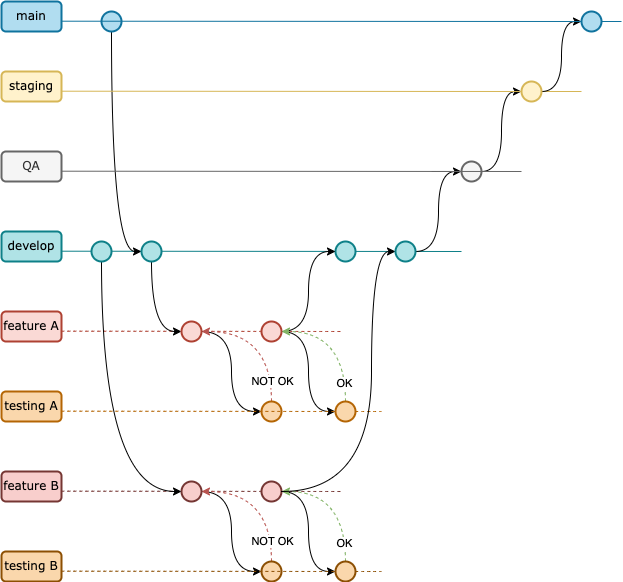
DevOps-Obligatorio/documentacion keeps this draw.io diagram as images/diagrams/gitflow-ideal.png. Above is the earlier version. Source tidied: cells renumbered, new cells last; positions are measured from the earlier drawing's top-left corner, leaving out a move shared by most shapes.
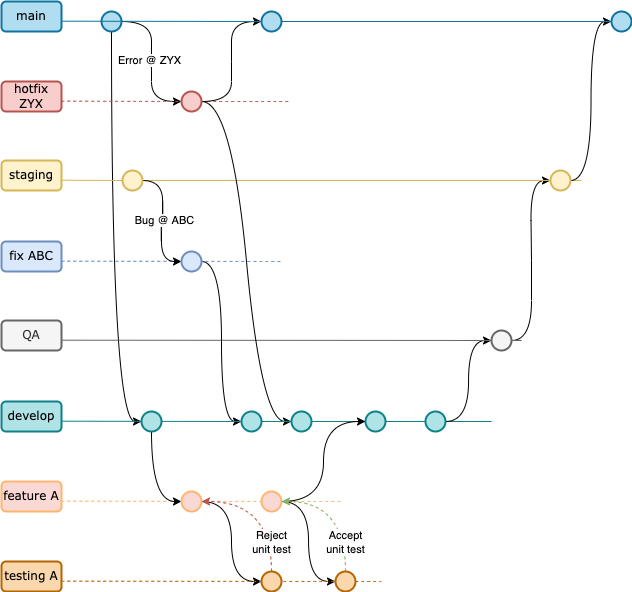
Later version of the same file.

Commit message:
Nuevas imagenes y diagramas

Diff of the diagram source:
```diff
@@ -4,6 +4,5 @@
     <mxCell id="1" parent="0" />
-    <mxCell id="2" style="endArrow=none;html=1;rounded=0;curved=1;fillColor=#b0e3e6;strokeColor=#0e8088;" parent="1" edge="1">
+    <mxCell id="2" style="endArrow=none;html=1;rounded=0;curved=1;fillColor=#b0e3e6;strokeColor=#0e8088;startArrow=none;" parent="1" edge="1" source="69">
       <mxGeometry relative="1" as="geometry">
-        <mxPoint x="60" y="249.7" as="sourcePoint" />
-        <mxPoint x="460" y="250" as="targetPoint" />
+        <mxPoint x="490" y="410" as="targetPoint" />
       </mxGeometry>
@@ -12,9 +11,9 @@
       <mxGeometry relative="1" as="geometry">
-        <mxPoint x="380" y="410" as="targetPoint" />
+        <mxPoint x="380" y="570" as="targetPoint" />
       </mxGeometry>
     </mxCell>
-    <mxCell id="4" style="endArrow=none;html=1;rounded=0;curved=1;fillColor=#fad9d5;strokeColor=#ae4132;dashed=1;" parent="1" edge="1">
+    <mxCell id="4" style="endArrow=none;html=1;rounded=0;curved=1;fillColor=#fad9d5;strokeColor=#FFB570;dashed=1;" parent="1" edge="1">
       <mxGeometry relative="1" as="geometry">
-        <mxPoint x="60" y="329.7" as="sourcePoint" />
-        <mxPoint x="340" y="330" as="targetPoint" />
+        <mxPoint x="60" y="489.7" as="sourcePoint" />
+        <mxPoint x="340" y="490" as="targetPoint" />
       </mxGeometry>
@@ -23,3 +22,3 @@
       <mxGeometry relative="1" as="geometry">
-        <mxPoint x="620" y="20" as="targetPoint" />
+        <mxPoint x="620" y="10" as="targetPoint" />
       </mxGeometry>
@@ -27,9 +26,9 @@
     <mxCell id="6" value="main" style="text;html=1;strokeColor=#10739e;fillColor=#b1ddf0;align=center;verticalAlign=middle;whiteSpace=wrap;rounded=1;fontFamily=Verdana;strokeWidth=2;" parent="1" vertex="1">
-      <mxGeometry width="60" height="30" as="geometry" />
+      <mxGeometry y="-10" width="60" height="30" as="geometry" />
     </mxCell>
     <mxCell id="7" value="develop" style="text;html=1;strokeColor=#0e8088;fillColor=#b0e3e6;align=center;verticalAlign=middle;whiteSpace=wrap;rounded=1;fontFamily=Verdana;strokeWidth=2;" parent="1" vertex="1">
-      <mxGeometry y="230" width="60" height="30" as="geometry" />
+      <mxGeometry y="390" width="60" height="30" as="geometry" />
     </mxCell>
     <mxCell id="8" value="testing A" style="text;html=1;strokeColor=#b46504;fillColor=#fad7ac;align=center;verticalAlign=middle;whiteSpace=wrap;rounded=1;fontFamily=Verdana;strokeWidth=2;" parent="1" vertex="1">
-      <mxGeometry y="390" width="60" height="30" as="geometry" />
+      <mxGeometry y="550" width="60" height="30" as="geometry" />
     </mxCell>
@@ -38,4 +37,10 @@
     </mxCell>
+    <mxCell id="59" style="edgeStyle=entityRelationEdgeStyle;jettySize=auto;html=1;exitX=1;exitY=0.5;exitDx=0;exitDy=0;entryX=0;entryY=0.5;entryDx=0;entryDy=0;strokeColor=#000000;curved=1;" parent="1" edge="1" source="10" target="65">
+      <mxGeometry relative="1" as="geometry" />
+    </mxCell>
+    <mxCell id="60" value="Error @ ZYX" style="edgeLabel;html=1;align=center;verticalAlign=middle;" parent="59" vertex="1">
+      <mxGeometry x="-0.03" y="-2" relative="1" as="geometry" />
+    </mxCell>
     <mxCell id="10" style="ellipse;whiteSpace=wrap;html=1;fontFamily=Verdana;strokeWidth=2;fillColor=#b1ddf0;strokeColor=#10739e;" parent="1" vertex="1">
-      <mxGeometry x="100" y="10" width="20" height="20" as="geometry" />
+      <mxGeometry x="100" width="20" height="20" as="geometry" />
     </mxCell>
@@ -44,5 +49,2 @@
     </mxCell>
-    <mxCell id="12" style="ellipse;whiteSpace=wrap;html=1;fontFamily=Verdana;strokeWidth=2;fillColor=#b0e3e6;strokeColor=#0e8088;" parent="1" vertex="1">
-      <mxGeometry x="140" y="240" width="20" height="20" as="geometry" />
-    </mxCell>
     <mxCell id="13" style="edgeStyle=orthogonalEdgeStyle;curved=1;rounded=0;jettySize=auto;html=1;exitX=1;exitY=0.5;exitDx=0;exitDy=0;entryX=0;entryY=0.5;entryDx=0;entryDy=0;" parent="1" edge="1" source="14" target="17">
@@ -50,4 +52,4 @@
     </mxCell>
-    <mxCell id="14" style="ellipse;whiteSpace=wrap;html=1;fontFamily=Verdana;strokeWidth=2;fillColor=#fad9d5;strokeColor=#ae4132;" parent="1" vertex="1">
-      <mxGeometry x="180" y="320" width="20" height="20" as="geometry" />
+    <mxCell id="14" style="ellipse;whiteSpace=wrap;html=1;fontFamily=Verdana;strokeWidth=2;fillColor=#fad9d5;strokeColor=#FFB570;" parent="1" vertex="1">
+      <mxGeometry x="180" y="480" width="20" height="20" as="geometry" />
     </mxCell>
@@ -56,10 +58,7 @@
     </mxCell>
-    <mxCell id="16" value="NOT OK" style="edgeLabel;html=1;align=center;verticalAlign=middle;" parent="15" vertex="1">
+    <mxCell id="16" value="Reject&lt;br&gt;unit test" style="edgeLabel;html=1;align=center;verticalAlign=middle;" parent="15" vertex="1">
       <mxGeometry x="-0.4" y="10" relative="1" as="geometry">
-        <mxPoint x="10" y="22" as="offset" />
+        <mxPoint x="10" y="12" as="offset" />
       </mxGeometry>
     </mxCell>
-    <mxCell id="17" style="ellipse;whiteSpace=wrap;html=1;fontFamily=Verdana;strokeWidth=2;fillColor=#fad7ac;strokeColor=#b46504;" parent="1" vertex="1">
-      <mxGeometry x="260" y="400" width="20" height="20" as="geometry" />
-    </mxCell>
     <mxCell id="18" style="edgeStyle=orthogonalEdgeStyle;curved=1;rounded=0;jettySize=auto;html=1;entryX=0;entryY=0.5;entryDx=0;entryDy=0;exitX=1;exitY=0.5;exitDx=0;exitDy=0;" parent="1" edge="1" source="58" target="49">
@@ -68,6 +67,6 @@
     <mxCell id="19" style="ellipse;whiteSpace=wrap;html=1;fontFamily=Verdana;strokeWidth=2;fillColor=#b0e3e6;strokeColor=#0e8088;" parent="1" vertex="1">
-      <mxGeometry x="334" y="240" width="20" height="20" as="geometry" />
+      <mxGeometry x="364" y="400" width="20" height="20" as="geometry" />
     </mxCell>
-    <mxCell id="20" value="feature A" style="text;html=1;strokeColor=#ae4132;fillColor=#fad9d5;align=center;verticalAlign=middle;whiteSpace=wrap;rounded=1;fontFamily=Verdana;strokeWidth=2;" parent="1" vertex="1">
-      <mxGeometry y="310" width="60" height="30" as="geometry" />
+    <mxCell id="20" value="feature A" style="text;html=1;strokeColor=#FFB570;fillColor=#fad9d5;align=center;verticalAlign=middle;whiteSpace=wrap;rounded=1;fontFamily=Verdana;strokeWidth=2;" parent="1" vertex="1">
+      <mxGeometry y="470" width="60" height="30" as="geometry" />
     </mxCell>
@@ -79,4 +78,4 @@
     </mxCell>
-    <mxCell id="23" style="ellipse;whiteSpace=wrap;html=1;fontFamily=Verdana;strokeWidth=2;fillColor=#fad9d5;strokeColor=#ae4132;" parent="1" vertex="1">
-      <mxGeometry x="260" y="320" width="20" height="20" as="geometry" />
+    <mxCell id="23" style="ellipse;whiteSpace=wrap;html=1;fontFamily=Verdana;strokeWidth=2;fillColor=#fad9d5;strokeColor=#FFB570;" parent="1" vertex="1">
+      <mxGeometry x="260" y="480" width="20" height="20" as="geometry" />
     </mxCell>
@@ -85,7 +84,9 @@
     </mxCell>
-    <mxCell id="25" value="OK" style="edgeLabel;html=1;align=center;verticalAlign=middle;" parent="24" vertex="1">
-      <mxGeometry x="-0.72" y="2" relative="1" as="geometry" />
+    <mxCell id="25" value="Accept&lt;br&gt;unit test" style="edgeLabel;html=1;align=center;verticalAlign=middle;" parent="24" vertex="1">
+      <mxGeometry x="-0.72" y="2" relative="1" as="geometry">
+        <mxPoint x="2" y="-11" as="offset" />
+      </mxGeometry>
     </mxCell>
     <mxCell id="26" style="ellipse;whiteSpace=wrap;html=1;fontFamily=Verdana;strokeWidth=2;fillColor=#fad7ac;strokeColor=#b46504;" parent="1" vertex="1">
-      <mxGeometry x="334" y="400" width="20" height="20" as="geometry" />
+      <mxGeometry x="334" y="560" width="20" height="20" as="geometry" />
     </mxCell>
@@ -93,3 +94,3 @@
       <mxGeometry relative="1" as="geometry">
-        <mxPoint x="60" y="409.7" as="sourcePoint" />
+        <mxPoint x="60" y="569.7" as="sourcePoint" />
       </mxGeometry>
@@ -98,3 +99,3 @@
       <mxGeometry relative="1" as="geometry">
-        <mxPoint x="580" y="90" as="targetPoint" />
+        <mxPoint x="580" y="169" as="targetPoint" />
       </mxGeometry>
@@ -102,69 +103,7 @@
     <mxCell id="29" value="staging" style="text;html=1;strokeColor=#d6b656;fillColor=#fff2cc;align=center;verticalAlign=middle;whiteSpace=wrap;rounded=1;fontFamily=Verdana;strokeWidth=2;" parent="1" vertex="1">
-      <mxGeometry y="70" width="60" height="30" as="geometry" />
+      <mxGeometry y="149" width="60" height="30" as="geometry" />
     </mxCell>
-    <mxCell id="30" style="endArrow=none;html=1;rounded=0;curved=1;fillColor=#fad7ac;strokeColor=#8C4F03;startArrow=none;dashed=1;" parent="1" edge="1" source="44">
-      <mxGeometry relative="1" as="geometry">
-        <mxPoint x="380" y="570" as="targetPoint" />
-      </mxGeometry>
-    </mxCell>
-    <mxCell id="31" style="endArrow=none;html=1;rounded=0;curved=1;fillColor=#f8cecc;strokeColor=#753633;dashed=1;" parent="1" edge="1">
-      <mxGeometry relative="1" as="geometry">
-        <mxPoint x="60" y="489.7" as="sourcePoint" />
-        <mxPoint x="340" y="490" as="targetPoint" />
-      </mxGeometry>
-    </mxCell>
-    <mxCell id="32" value="testing B" style="text;html=1;strokeColor=#8C4F03;fillColor=#fad7ac;align=center;verticalAlign=middle;whiteSpace=wrap;rounded=1;fontFamily=Verdana;strokeWidth=2;" parent="1" vertex="1">
-      <mxGeometry y="550" width="60" height="30" as="geometry" />
-    </mxCell>
-    <mxCell id="33" style="edgeStyle=orthogonalEdgeStyle;curved=1;rounded=0;jettySize=auto;html=1;exitX=1;exitY=0.5;exitDx=0;exitDy=0;entryX=0;entryY=0.5;entryDx=0;entryDy=0;" parent="1" edge="1" source="34" target="37">
-      <mxGeometry relative="1" as="geometry" />
-    </mxCell>
-    <mxCell id="34" style="ellipse;whiteSpace=wrap;html=1;fontFamily=Verdana;strokeWidth=2;fillColor=#f8cecc;strokeColor=#753633;" parent="1" vertex="1">
-      <mxGeometry x="180" y="480" width="20" height="20" as="geometry" />
-    </mxCell>
-    <mxCell id="35" style="edgeStyle=orthogonalEdgeStyle;rounded=0;jettySize=auto;html=1;exitX=0.5;exitY=0;exitDx=0;exitDy=0;curved=1;entryX=1;entryY=0.5;entryDx=0;entryDy=0;fillColor=#f8cecc;strokeColor=#b85450;dashed=1;" parent="1" edge="1" source="37" target="34">
-      <mxGeometry relative="1" as="geometry" />
-    </mxCell>
-    <mxCell id="36" value="NOT OK" style="edgeLabel;html=1;align=center;verticalAlign=middle;" parent="35" vertex="1">
-      <mxGeometry x="-0.4" y="10" relative="1" as="geometry">
-        <mxPoint x="10" y="22" as="offset" />
-      </mxGeometry>
-    </mxCell>
-    <mxCell id="37" style="ellipse;whiteSpace=wrap;html=1;fontFamily=Verdana;strokeWidth=2;fillColor=#fad7ac;strokeColor=#8C4F03;" parent="1" vertex="1">
-      <mxGeometry x="260" y="560" width="20" height="20" as="geometry" />
-    </mxCell>
-    <mxCell id="38" value="feature B" style="text;html=1;strokeColor=#753633;fillColor=#f8cecc;align=center;verticalAlign=middle;whiteSpace=wrap;rounded=1;fontFamily=Verdana;strokeWidth=2;" parent="1" vertex="1">
-      <mxGeometry y="470" width="60" height="30" as="geometry" />
-    </mxCell>
-    <mxCell id="39" style="edgeStyle=orthogonalEdgeStyle;curved=1;rounded=0;jettySize=auto;html=1;exitX=1;exitY=0.5;exitDx=0;exitDy=0;entryX=0;entryY=0.5;entryDx=0;entryDy=0;" parent="1" edge="1" source="40" target="44">
-      <mxGeometry relative="1" as="geometry" />
-    </mxCell>
-    <mxCell id="40" style="ellipse;whiteSpace=wrap;html=1;fontFamily=Verdana;strokeWidth=2;fillColor=#f8cecc;strokeColor=#753633;" parent="1" vertex="1">
-      <mxGeometry x="260" y="480" width="20" height="20" as="geometry" />
-    </mxCell>
-    <mxCell id="41" style="edgeStyle=orthogonalEdgeStyle;curved=1;rounded=0;jettySize=auto;html=1;exitX=0.5;exitY=0;exitDx=0;exitDy=0;entryX=1;entryY=0.5;entryDx=0;entryDy=0;dashed=1;fillColor=#d5e8d4;strokeColor=#82b366;" parent="1" edge="1" source="44" target="40">
-      <mxGeometry relative="1" as="geometry" />
-    </mxCell>
-    <mxCell id="42" value="OK" style="edgeLabel;html=1;align=center;verticalAlign=middle;" parent="41" vertex="1">
-      <mxGeometry x="-0.72" y="2" relative="1" as="geometry" />
-    </mxCell>
-    <mxCell id="43" style="edgeStyle=orthogonalEdgeStyle;curved=1;rounded=0;jettySize=auto;html=1;exitX=1;exitY=0.5;exitDx=0;exitDy=0;entryX=0;entryY=0.5;entryDx=0;entryDy=0;strokeColor=#000000;" parent="1" edge="1" source="40" target="58">
-      <mxGeometry relative="1" as="geometry">
-        <Array as="points">
-          <mxPoint x="370" y="490" />
-          <mxPoint x="370" y="250" />
-        </Array>
-      </mxGeometry>
-    </mxCell>
-    <mxCell id="44" style="ellipse;whiteSpace=wrap;html=1;fontFamily=Verdana;strokeWidth=2;fillColor=#fad7ac;strokeColor=#8C4F03;" parent="1" vertex="1">
-      <mxGeometry x="334" y="560" width="20" height="20" as="geometry" />
-    </mxCell>
-    <mxCell id="45" style="endArrow=none;html=1;rounded=0;curved=1;fillColor=#fad7ac;strokeColor=#8C4F03;dashed=1;" parent="1" edge="1" target="44">
-      <mxGeometry relative="1" as="geometry">
-        <mxPoint x="60" y="569.7" as="sourcePoint" />
-      </mxGeometry>
-    </mxCell>
     <mxCell id="46" style="endArrow=none;html=1;rounded=0;curved=1;fillColor=#f5f5f5;strokeColor=#666666;startArrow=none;" parent="1" edge="1" source="49">
       <mxGeometry relative="1" as="geometry">
-        <mxPoint x="430" y="170" as="targetPoint" />
+        <mxPoint x="460" y="329" as="targetPoint" />
       </mxGeometry>
@@ -172,3 +111,3 @@
     <mxCell id="47" value="QA" style="text;html=1;strokeColor=#666666;fillColor=#f5f5f5;align=center;verticalAlign=middle;whiteSpace=wrap;rounded=1;fontFamily=Verdana;strokeWidth=2;fontColor=#333333;" parent="1" vertex="1">
-      <mxGeometry y="150" width="60" height="30" as="geometry" />
+      <mxGeometry y="309" width="60" height="30" as="geometry" />
     </mxCell>
@@ -177,17 +116,8 @@
     </mxCell>
-    <mxCell id="49" style="ellipse;whiteSpace=wrap;html=1;fontFamily=Verdana;strokeWidth=2;fillColor=#f5f5f5;strokeColor=#666666;fontColor=#333333;" parent="1" vertex="1">
-      <mxGeometry x="460" y="160" width="20" height="20" as="geometry" />
-    </mxCell>
     <mxCell id="50" style="endArrow=none;html=1;rounded=0;curved=1;fillColor=#f5f5f5;strokeColor=#666666;" parent="1" edge="1">
       <mxGeometry relative="1" as="geometry">
-        <mxPoint x="60" y="169.7" as="sourcePoint" />
-        <mxPoint x="520" y="170" as="targetPoint" />
+        <mxPoint x="60" y="328.7" as="sourcePoint" />
+        <mxPoint x="520" y="329" as="targetPoint" />
       </mxGeometry>
     </mxCell>
-    <mxCell id="51" style="edgeStyle=orthogonalEdgeStyle;rounded=0;jettySize=auto;html=1;exitX=0.5;exitY=1;exitDx=0;exitDy=0;entryX=0;entryY=0.5;entryDx=0;entryDy=0;strokeColor=#000000;curved=1;" parent="1" edge="1" source="52" target="34">
-      <mxGeometry relative="1" as="geometry" />
-    </mxCell>
-    <mxCell id="52" style="ellipse;whiteSpace=wrap;html=1;fontFamily=Verdana;strokeWidth=2;fillColor=#b0e3e6;strokeColor=#0e8088;" parent="1" vertex="1">
-      <mxGeometry x="90" y="240" width="20" height="20" as="geometry" />
-    </mxCell>
     <mxCell id="53" style="edgeStyle=orthogonalEdgeStyle;curved=1;rounded=0;jettySize=auto;html=1;exitX=1;exitY=0.5;exitDx=0;exitDy=0;entryX=0;entryY=0.5;entryDx=0;entryDy=0;strokeColor=#000000;" parent="1" edge="1" source="54" target="56">
@@ -196,20 +126,98 @@
     <mxCell id="54" style="ellipse;whiteSpace=wrap;html=1;fontFamily=Verdana;strokeWidth=2;fillColor=#fff2cc;strokeColor=#d6b656;" parent="1" vertex="1">
-      <mxGeometry x="520" y="80" width="20" height="20" as="geometry" />
+      <mxGeometry x="549" y="159" width="20" height="20" as="geometry" />
     </mxCell>
-    <mxCell id="55" style="endArrow=none;html=1;rounded=0;curved=1;fillColor=#fff2cc;strokeColor=#d6b656;" parent="1" edge="1" target="54">
-      <mxGeometry relative="1" as="geometry">
-        <mxPoint x="60" y="89.7" as="sourcePoint" />
-      </mxGeometry>
+    <mxCell id="55" style="endArrow=none;html=1;rounded=0;curved=1;fillColor=#fff2cc;strokeColor=#d6b656;startArrow=none;" parent="1" edge="1" source="76" target="54">
+      <mxGeometry relative="1" as="geometry" />
     </mxCell>
     <mxCell id="56" style="ellipse;whiteSpace=wrap;html=1;fontFamily=Verdana;strokeWidth=2;fillColor=#b1ddf0;strokeColor=#10739e;" parent="1" vertex="1">
-      <mxGeometry x="580" y="10" width="20" height="20" as="geometry" />
+      <mxGeometry x="610" width="20" height="20" as="geometry" />
     </mxCell>
-    <mxCell id="57" style="endArrow=none;html=1;rounded=0;curved=1;fillColor=#b1ddf0;strokeColor=#10739e;" parent="1" edge="1" target="56">
-      <mxGeometry relative="1" as="geometry">
-        <mxPoint x="60" y="19.7" as="sourcePoint" />
-      </mxGeometry>
+    <mxCell id="57" style="endArrow=none;html=1;rounded=0;curved=1;fillColor=#b1ddf0;strokeColor=#10739e;startArrow=none;" parent="1" edge="1" source="67" target="56">
+      <mxGeometry relative="1" as="geometry" />
     </mxCell>
     <mxCell id="58" style="ellipse;whiteSpace=wrap;html=1;fontFamily=Verdana;strokeWidth=2;fillColor=#b0e3e6;strokeColor=#0e8088;" parent="1" vertex="1">
-      <mxGeometry x="394" y="240" width="20" height="20" as="geometry" />
+      <mxGeometry x="424" y="400" width="20" height="20" as="geometry" />
     </mxCell>
+    <mxCell id="61" style="endArrow=none;html=1;rounded=0;curved=1;fillColor=#f8cecc;strokeColor=#b85450;startArrow=none;dashed=1;" parent="1" edge="1" source="65">
+      <mxGeometry relative="1" as="geometry">
+        <mxPoint x="290" y="90" as="targetPoint" />
+      </mxGeometry>
+    </mxCell>
+    <mxCell id="62" value="hotfix ZYX" style="text;html=1;strokeColor=#b85450;fillColor=#f8cecc;align=center;verticalAlign=middle;whiteSpace=wrap;rounded=1;fontFamily=Verdana;strokeWidth=2;" parent="1" vertex="1">
+      <mxGeometry y="70" width="60" height="30" as="geometry" />
+    </mxCell>
+    <mxCell id="63" style="edgeStyle=entityRelationEdgeStyle;curved=1;jettySize=auto;html=1;exitX=1;exitY=0.5;exitDx=0;exitDy=0;entryX=0;entryY=0.5;entryDx=0;entryDy=0;strokeColor=#000000;" parent="1" edge="1" source="65" target="67">
+      <mxGeometry relative="1" as="geometry" />
+    </mxCell>
+    <mxCell id="64" style="edgeStyle=entityRelationEdgeStyle;curved=1;jettySize=auto;html=1;exitX=1;exitY=0.5;exitDx=0;exitDy=0;strokeColor=#000000;" parent="1" edge="1" source="65" target="69">
+      <mxGeometry relative="1" as="geometry" />
+    </mxCell>
+    <mxCell id="65" style="ellipse;whiteSpace=wrap;html=1;fontFamily=Verdana;strokeWidth=2;fillColor=#f8cecc;strokeColor=#b85450;" parent="1" vertex="1">
+      <mxGeometry x="180" y="80" width="20" height="20" as="geometry" />
+    </mxCell>
+    <mxCell id="66" style="endArrow=none;html=1;rounded=0;curved=1;fillColor=#f8cecc;strokeColor=#b85450;dashed=1;" parent="1" edge="1" target="65">
+      <mxGeometry relative="1" as="geometry">
+        <mxPoint x="60" y="89.7" as="sourcePoint" />
+      </mxGeometry>
+    </mxCell>
+    <mxCell id="67" style="ellipse;whiteSpace=wrap;html=1;fontFamily=Verdana;strokeWidth=2;fillColor=#b1ddf0;strokeColor=#10739e;" parent="1" vertex="1">
+      <mxGeometry x="260" width="20" height="20" as="geometry" />
+    </mxCell>
+    <mxCell id="68" style="endArrow=none;html=1;rounded=0;curved=1;fillColor=#b1ddf0;strokeColor=#10739e;" parent="1" edge="1" target="67">
+      <mxGeometry relative="1" as="geometry">
+        <mxPoint x="60" y="9.7" as="sourcePoint" />
+      </mxGeometry>
+    </mxCell>
+    <mxCell id="69" style="ellipse;whiteSpace=wrap;html=1;fontFamily=Verdana;strokeWidth=2;fillColor=#b0e3e6;strokeColor=#0e8088;" parent="1" vertex="1">
+      <mxGeometry x="290" y="400" width="20" height="20" as="geometry" />
+    </mxCell>
+    <mxCell id="70" style="endArrow=none;html=1;rounded=0;curved=1;fillColor=#b0e3e6;strokeColor=#0e8088;startArrow=none;" parent="1" edge="1" source="78" target="69">
+      <mxGeometry relative="1" as="geometry" />
+    </mxCell>
+    <mxCell id="71" value="fix ABC" style="text;html=1;align=center;verticalAlign=middle;whiteSpace=wrap;rounded=1;fontFamily=Verdana;strokeWidth=2;fillColor=#dae8fc;strokeColor=#6c8ebf;" parent="1" vertex="1">
+      <mxGeometry y="230" width="60" height="30" as="geometry" />
+    </mxCell>
+    <mxCell id="72" style="edgeStyle=orthogonalEdgeStyle;curved=1;jettySize=auto;html=1;exitX=1;exitY=0.5;exitDx=0;exitDy=0;entryX=0;entryY=0.5;entryDx=0;entryDy=0;strokeColor=#000000;" parent="1" edge="1" source="80" target="78">
+      <mxGeometry relative="1" as="geometry" />
+    </mxCell>
+    <mxCell id="73" style="endArrow=none;html=1;rounded=0;curved=1;fillColor=#dae8fc;strokeColor=#6c8ebf;dashed=1;" parent="1" edge="1">
+      <mxGeometry relative="1" as="geometry">
+        <mxPoint x="60" y="249.7" as="sourcePoint" />
+        <mxPoint x="280" y="250" as="targetPoint" />
+      </mxGeometry>
+    </mxCell>
+    <mxCell id="74" style="edgeStyle=orthogonalEdgeStyle;curved=1;jettySize=auto;html=1;exitX=1;exitY=0.5;exitDx=0;exitDy=0;entryX=0;entryY=0.5;entryDx=0;entryDy=0;strokeColor=#000000;" parent="1" edge="1" source="76" target="80">
+      <mxGeometry relative="1" as="geometry" />
+    </mxCell>
+    <mxCell id="75" value="Bug @ ABC" style="edgeLabel;html=1;align=center;verticalAlign=middle;" parent="74" vertex="1">
+      <mxGeometry x="-0.03" y="1" relative="1" as="geometry" />
+    </mxCell>
+    <mxCell id="76" style="ellipse;whiteSpace=wrap;html=1;fontFamily=Verdana;strokeWidth=2;fillColor=#fff2cc;strokeColor=#d6b656;" parent="1" vertex="1">
+      <mxGeometry x="121" y="159" width="20" height="20" as="geometry" />
+    </mxCell>
+    <mxCell id="77" style="endArrow=none;html=1;rounded=0;curved=1;fillColor=#fff2cc;strokeColor=#d6b656;" parent="1" edge="1" target="76">
+      <mxGeometry relative="1" as="geometry">
+        <mxPoint x="60" y="168.7" as="sourcePoint" />
+      </mxGeometry>
+    </mxCell>
+    <mxCell id="78" style="ellipse;whiteSpace=wrap;html=1;fontFamily=Verdana;strokeWidth=2;fillColor=#b0e3e6;strokeColor=#0e8088;" parent="1" vertex="1">
+      <mxGeometry x="240" y="400" width="20" height="20" as="geometry" />
+    </mxCell>
+    <mxCell id="79" style="endArrow=none;html=1;rounded=0;curved=1;fillColor=#b0e3e6;strokeColor=#0e8088;" parent="1" edge="1" target="78">
+      <mxGeometry relative="1" as="geometry">
+        <mxPoint x="60" y="409.7" as="sourcePoint" />
+      </mxGeometry>
+    </mxCell>
+    <mxCell id="49" style="ellipse;whiteSpace=wrap;html=1;fontFamily=Verdana;strokeWidth=2;fillColor=#f5f5f5;strokeColor=#666666;fontColor=#333333;" parent="1" vertex="1">
+      <mxGeometry x="490" y="319" width="20" height="20" as="geometry" />
+    </mxCell>
+    <mxCell id="80" style="ellipse;whiteSpace=wrap;html=1;fontFamily=Verdana;strokeWidth=2;fillColor=#dae8fc;strokeColor=#6c8ebf;" parent="1" vertex="1">
+      <mxGeometry x="180" y="240" width="20" height="20" as="geometry" />
+    </mxCell>
+    <mxCell id="12" style="ellipse;whiteSpace=wrap;html=1;fontFamily=Verdana;strokeWidth=2;fillColor=#b0e3e6;strokeColor=#0e8088;" parent="1" vertex="1">
+      <mxGeometry x="140" y="400" width="20" height="20" as="geometry" />
+    </mxCell>
+    <mxCell id="17" style="ellipse;whiteSpace=wrap;html=1;fontFamily=Verdana;strokeWidth=2;fillColor=#fad7ac;strokeColor=#b46504;" parent="1" vertex="1">
+      <mxGeometry x="260" y="560" width="20" height="20" as="geometry" />
+    </mxCell>
   </root>
```
